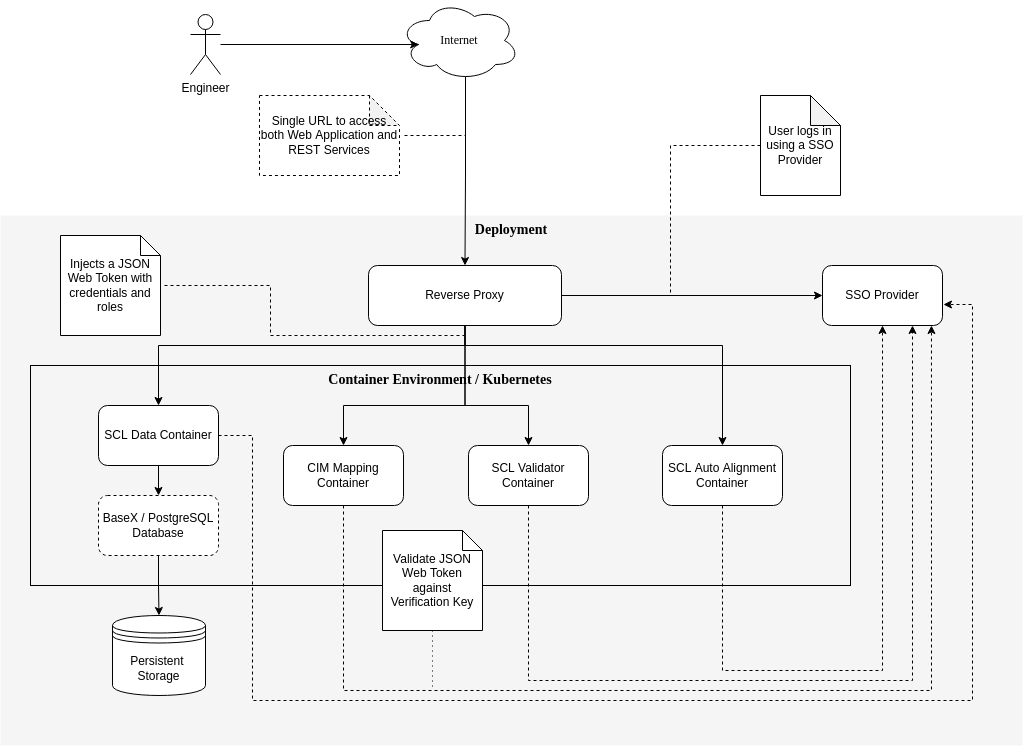
com-pas/compas-deployment keeps this draw.io diagram as images/deployment-view.png. Above is the earlier version. Source tidied: cells renumbered, new cells last; positions are measured from the earlier drawing's top-left corner, leaving out a move shared by most shapes.
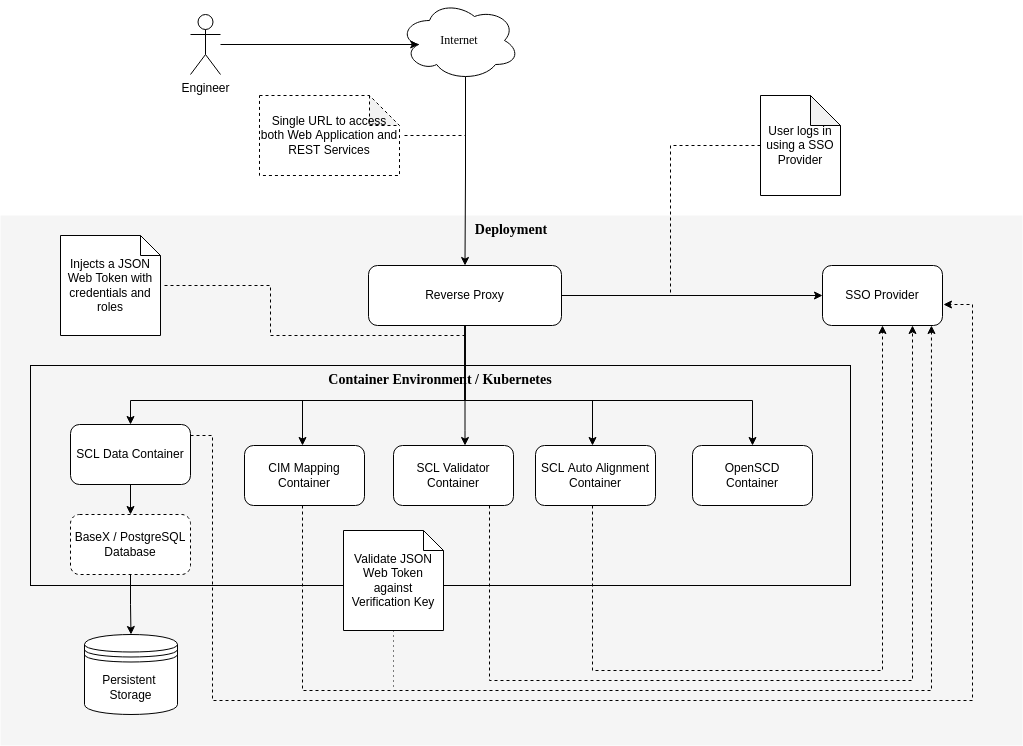
Above is the later version.

Commit message:
Deployment description

The edit, as a diff of the source:
```diff
@@ -26,11 +26,19 @@
     <mxCell id="9" style="edgeStyle=orthogonalEdgeStyle;rounded=0;jettySize=auto;html=1;" parent="1" edge="1" source="10" target="20">
       <mxGeometry relative="1" as="geometry">
         <Array as="points">
-          <mxPoint x="465" y="345" />
-          <mxPoint x="158" y="345" />
+          <mxPoint x="465" y="400" />
+          <mxPoint x="130" y="400" />
         </Array>
       </mxGeometry>
     </mxCell>
+    <mxCell id="35" style="edgeStyle=orthogonalEdgeStyle;rounded=0;jettySize=auto;html=1;entryX=0.5;entryY=0;entryDx=0;entryDy=0;endArrow=classic;endFill=1;" parent="1" edge="1" source="10" target="36">
+      <mxGeometry relative="1" as="geometry">
+        <Array as="points">
+          <mxPoint x="465" y="400" />
+          <mxPoint x="752" y="400" />
+        </Array>
+      </mxGeometry>
+    </mxCell>
     <mxCell id="10" value="Reverse Proxy" style="rounded=1;whiteSpace=wrap;html=1;" parent="1" vertex="1">
       <mxGeometry x="368" y="265" width="193" height="60" as="geometry" />
     </mxCell>
@@ -40,35 +48,35 @@
     <mxCell id="12" style="edgeStyle=orthogonalEdgeStyle;rounded=0;jettySize=auto;html=1;dashed=1;entryX=0.5;entryY=1;entryDx=0;entryDy=0;" parent="1" edge="1" source="13" target="11">
       <mxGeometry relative="1" as="geometry">
         <Array as="points">
-          <mxPoint x="722" y="670" />
+          <mxPoint x="592" y="670" />
           <mxPoint x="882" y="670" />
         </Array>
       </mxGeometry>
     </mxCell>
     <mxCell id="13" value="SCL Auto Alignment Container" style="rounded=1;whiteSpace=wrap;html=1;strokeColor=default;" parent="1" vertex="1">
-      <mxGeometry x="662" y="445" width="120" height="60" as="geometry" />
+      <mxGeometry x="535" y="445" width="120" height="60" as="geometry" />
     </mxCell>
     <mxCell id="14" style="edgeStyle=orthogonalEdgeStyle;rounded=0;jettySize=auto;html=1;entryX=0.908;entryY=1;entryDx=0;entryDy=0;entryPerimeter=0;dashed=1;" parent="1" edge="1" source="15" target="11">
       <mxGeometry relative="1" as="geometry">
         <Array as="points">
-          <mxPoint x="343" y="690" />
+          <mxPoint x="302" y="690" />
           <mxPoint x="931" y="690" />
         </Array>
       </mxGeometry>
     </mxCell>
     <mxCell id="15" value="CIM Mapping Container" style="rounded=1;whiteSpace=wrap;html=1;strokeColor=default;" parent="1" vertex="1">
-      <mxGeometry x="283" y="445" width="120" height="60" as="geometry" />
+      <mxGeometry x="244" y="445" width="120" height="60" as="geometry" />
     </mxCell>
     <mxCell id="16" style="edgeStyle=orthogonalEdgeStyle;rounded=0;jettySize=auto;html=1;entryX=0.75;entryY=1;entryDx=0;entryDy=0;dashed=1;" parent="1" edge="1" source="17" target="11">
       <mxGeometry relative="1" as="geometry">
         <Array as="points">
-          <mxPoint x="528" y="680" />
+          <mxPoint x="489" y="680" />
           <mxPoint x="912" y="680" />
         </Array>
       </mxGeometry>
     </mxCell>
     <mxCell id="17" value="SCL Validator Container" style="rounded=1;whiteSpace=wrap;html=1;strokeColor=default;" parent="1" vertex="1">
-      <mxGeometry x="468" y="445" width="120" height="60" as="geometry" />
+      <mxGeometry x="393" y="445" width="120" height="60" as="geometry" />
     </mxCell>
     <mxCell id="18" style="edgeStyle=orthogonalEdgeStyle;rounded=0;jettySize=auto;html=1;entryX=0.5;entryY=0;entryDx=0;entryDy=0;" parent="1" edge="1" source="20" target="30">
       <mxGeometry relative="1" as="geometry" />
@@ -76,42 +84,42 @@
     <mxCell id="19" style="edgeStyle=orthogonalEdgeStyle;rounded=0;jettySize=auto;html=1;dashed=1;entryX=1.008;entryY=0.65;entryDx=0;entryDy=0;entryPerimeter=0;" parent="1" edge="1" source="20" target="11">
       <mxGeometry relative="1" as="geometry">
         <Array as="points">
-          <mxPoint x="252" y="435" />
-          <mxPoint x="252" y="700" />
+          <mxPoint x="212" y="435" />
+          <mxPoint x="212" y="700" />
           <mxPoint x="972" y="700" />
           <mxPoint x="972" y="304" />
         </Array>
       </mxGeometry>
     </mxCell>
     <mxCell id="20" value="SCL Data Container" style="rounded=1;whiteSpace=wrap;html=1;strokeColor=default;" parent="1" vertex="1">
-      <mxGeometry x="98" y="405" width="120" height="60" as="geometry" />
+      <mxGeometry x="70" y="424" width="120" height="60" as="geometry" />
     </mxCell>
     <mxCell id="21" style="edgeStyle=orthogonalEdgeStyle;rounded=0;jettySize=auto;html=1;" parent="1" edge="1" source="10" target="15">
       <mxGeometry relative="1" as="geometry">
         <Array as="points">
-          <mxPoint x="465" y="405" />
-          <mxPoint x="343" y="405" />
+          <mxPoint x="465" y="400" />
+          <mxPoint x="302" y="400" />
         </Array>
       </mxGeometry>
     </mxCell>
     <mxCell id="22" style="edgeStyle=orthogonalEdgeStyle;rounded=0;jettySize=auto;html=1;" parent="1" edge="1" source="10" target="13">
       <mxGeometry relative="1" as="geometry">
         <Array as="points">
-          <mxPoint x="465" y="345" />
-          <mxPoint x="722" y="345" />
+          <mxPoint x="465" y="400" />
+          <mxPoint x="592" y="400" />
         </Array>
       </mxGeometry>
     </mxCell>
     <mxCell id="23" style="edgeStyle=orthogonalEdgeStyle;rounded=0;jettySize=auto;html=1;" parent="1" edge="1" source="10" target="17">
       <mxGeometry relative="1" as="geometry">
         <Array as="points">
-          <mxPoint x="465" y="405" />
-          <mxPoint x="528" y="405" />
+          <mxPoint x="465" y="430" />
+          <mxPoint x="465" y="430" />
         </Array>
       </mxGeometry>
     </mxCell>
     <mxCell id="24" value="Persistent &lt;br&gt;Storage" style="shape=datastore;whiteSpace=wrap;html=1;strokeColor=default;" parent="1" vertex="1">
-      <mxGeometry x="112" y="615" width="93" height="80" as="geometry" />
+      <mxGeometry x="84" y="634" width="93" height="80" as="geometry" />
     </mxCell>
     <mxCell id="25" style="edgeStyle=orthogonalEdgeStyle;rounded=0;orthogonalLoop=1;jettySize=auto;html=1;dashed=1;endArrow=none;endFill=0;" parent="1" edge="1">
       <mxGeometry relative="1" as="geometry">
@@ -138,7 +146,7 @@
       <mxGeometry relative="1" as="geometry" />
     </mxCell>
     <mxCell id="30" value="BaseX / PostgreSQL Database" style="rounded=1;whiteSpace=wrap;html=1;strokeColor=default;dashed=1;" parent="1" vertex="1">
-      <mxGeometry x="98" y="495" width="120" height="60" as="geometry" />
+      <mxGeometry x="70" y="514" width="120" height="60" as="geometry" />
     </mxCell>
     <mxCell id="31" style="edgeStyle=orthogonalEdgeStyle;rounded=0;orthogonalLoop=1;jettySize=auto;html=1;dashed=1;endArrow=none;endFill=0;" parent="1" edge="1">
       <mxGeometry relative="1" as="geometry">
@@ -151,11 +159,14 @@
     </mxCell>
     <mxCell id="33" style="edgeStyle=orthogonalEdgeStyle;rounded=0;jettySize=auto;html=1;dashed=1;dashPattern=1 4;endArrow=none;endFill=0;" parent="1" edge="1" source="34">
       <mxGeometry relative="1" as="geometry">
-        <mxPoint x="432" y="690" as="targetPoint" />
+        <mxPoint x="393" y="690" as="targetPoint" />
       </mxGeometry>
     </mxCell>
     <mxCell id="34" value="Validate JSON Web Token against Verification Key" style="shape=note;size=20;whiteSpace=wrap;html=1;strokeColor=default;" parent="1" vertex="1">
-      <mxGeometry x="382" y="530" width="100" height="100" as="geometry" />
+      <mxGeometry x="343" y="530" width="100" height="100" as="geometry" />
     </mxCell>
+    <mxCell id="36" value="OpenSCD&lt;br&gt;Container" style="rounded=1;whiteSpace=wrap;html=1;strokeColor=default;" parent="1" vertex="1">
+      <mxGeometry x="692" y="445" width="120" height="60" as="geometry" />
+    </mxCell>
   </root>
 </mxGraphModel>
```
